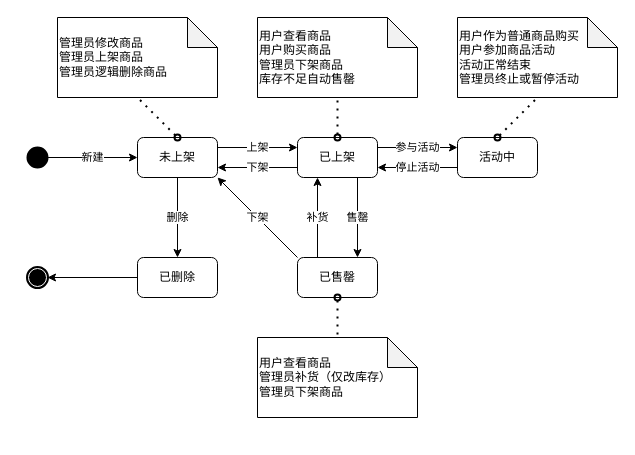
Before: OOAD小组作业/商品模块状态设计之商品子模块.drawio in app1echip/grams, a draw.io diagram. Source tidied: cells renumbered, new cells numbered last; positions are measured from the earlier drawing's top-left corner, leaving out a move shared by most shapes. Both pictures are drawn from the tidied source at 100%, with x=0, y=0 at pixel (27, 17).
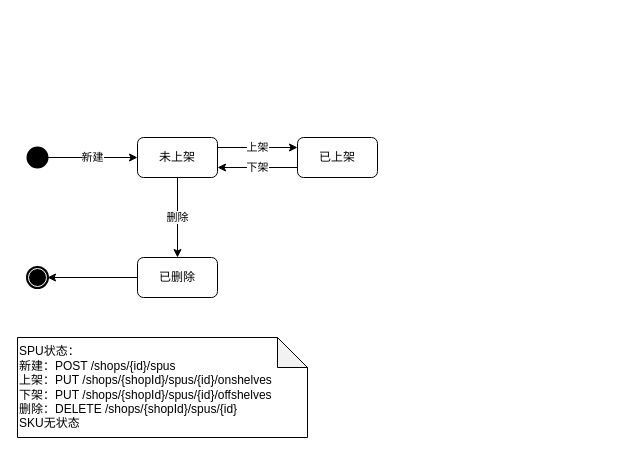
Above is the later version.

Commit message:
Update 商品模块状态设计之商品子模块.drawio

Unchanged cells that the change refers to:
```xml
<mxCell id="7" value="未上架" style="rounded=1;whiteSpace=wrap;html=1;fillColor=#FFFFFF;" parent="1" vertex="1">
  <mxGeometry x="110" y="120" width="80" height="40" as="geometry" />
</mxCell>
<mxCell id="11" value="已上架" style="rounded=1;whiteSpace=wrap;html=1;fillColor=#FFFFFF;" parent="1" vertex="1">
  <mxGeometry x="270" y="120" width="80" height="40" as="geometry" />
</mxCell>
```

What changed in the source:
```diff
@@
-    <mxCell id="9" value="售罄" style="edgeStyle=orthogonalEdgeStyle;rounded=0;jettySize=auto;html=1;" parent="1" edge="1" source="11" target="14">
-      <mxGeometry relative="1" as="geometry">
-        <Array as="points">
-          <mxPoint x="330" y="200" />
-          <mxPoint x="330" y="200" />
-        </Array>
-      </mxGeometry>
-    </mxCell>
-    <mxCell id="10" value="参与活动" style="edgeStyle=orthogonalEdgeStyle;rounded=0;jettySize=auto;html=1;" parent="1" edge="1" source="11" target="19">
-      <mxGeometry relative="1" as="geometry">
-        <Array as="points">
-          <mxPoint x="390" y="130" />
-          <mxPoint x="390" y="130" />
-        </Array>
-      </mxGeometry>
-    </mxCell>
@@
-    <mxCell id="12" value="补货" style="edgeStyle=orthogonalEdgeStyle;rounded=0;jettySize=auto;html=1;" parent="1" edge="1" source="14" target="11">
-      <mxGeometry relative="1" as="geometry">
-        <Array as="points">
-          <mxPoint x="290" y="200" />
-          <mxPoint x="290" y="200" />
-        </Array>
-      </mxGeometry>
-    </mxCell>
-    <mxCell id="13" value="下架" style="rounded=0;jettySize=auto;html=1;exitX=0;exitY=0;exitDx=0;exitDy=0;entryX=1;entryY=1;entryDx=0;entryDy=0;" parent="1" edge="1" source="14" target="7">
-      <mxGeometry relative="1" as="geometry" />
-    </mxCell>
-    <mxCell id="14" value="已售罄" style="rounded=1;whiteSpace=wrap;html=1;fillColor=#FFFFFF;" parent="1" vertex="1">
-      <mxGeometry x="270" y="240" width="80" height="40" as="geometry" />
-    </mxCell>
@@
-    <mxCell id="17" value="管理员修改商品&lt;br&gt;管理员上架商品&lt;br&gt;管理员逻辑删除商品" style="shape=note;whiteSpace=wrap;html=1;backgroundOutline=1;darkOpacity=0.05;align=left;" parent="1" vertex="1">
-      <mxGeometry x="30" width="160" height="80" as="geometry" />
-    </mxCell>
-    <mxCell id="18" value="停止活动" style="edgeStyle=orthogonalEdgeStyle;rounded=0;jettySize=auto;html=1;" parent="1" edge="1" source="19" target="11">
-      <mxGeometry relative="1" as="geometry">
-        <Array as="points">
-          <mxPoint x="390" y="150" />
-          <mxPoint x="390" y="150" />
-        </Array>
-      </mxGeometry>
-    </mxCell>
-    <mxCell id="19" value="活动中" style="rounded=1;whiteSpace=wrap;html=1;" parent="1" vertex="1">
-      <mxGeometry x="430" y="120" width="80" height="40" as="geometry" />
-    </mxCell>
-    <mxCell id="20" value="用户查看商品&lt;br&gt;用户购买商品&lt;br&gt;管理员下架商品&lt;br&gt;库存不足自动售罄" style="shape=note;whiteSpace=wrap;html=1;backgroundOutline=1;darkOpacity=0.05;align=left;" parent="1" vertex="1">
-      <mxGeometry x="230" width="160" height="80" as="geometry" />
-    </mxCell>
-    <mxCell id="21" value="用户作为普通商品购买&lt;br&gt;用户参加商品活动&lt;br&gt;活动正常结束&lt;br&gt;管理员终止或暂停活动" style="shape=note;whiteSpace=wrap;html=1;backgroundOutline=1;darkOpacity=0.05;align=left;" parent="1" vertex="1">
-      <mxGeometry x="430" width="160" height="80" as="geometry" />
-    </mxCell>
-    <mxCell id="22" value="用户查看商品&lt;br&gt;管理员补货（仅改库存）&lt;br&gt;管理员下架商品" style="shape=note;whiteSpace=wrap;html=1;backgroundOutline=1;darkOpacity=0.05;align=left;" parent="1" vertex="1">
-      <mxGeometry x="230" y="320" width="160" height="80" as="geometry" />
-    </mxCell>
-    <mxCell id="23" style="endArrow=none;dashed=1;html=1;dashPattern=1 3;strokeWidth=2;exitX=0.5;exitY=0;exitDx=0;exitDy=0;entryX=0.5;entryY=1;entryDx=0;entryDy=0;entryPerimeter=0;startArrow=oval;startFill=0;" parent="1" edge="1" source="11" target="20">
-      <mxGeometry relative="1" as="geometry" />
-    </mxCell>
-    <mxCell id="24" style="endArrow=none;dashed=1;html=1;dashPattern=1 3;strokeWidth=2;exitX=0.5;exitY=0;exitDx=0;exitDy=0;entryX=0.5;entryY=1;entryDx=0;entryDy=0;entryPerimeter=0;startArrow=oval;startFill=0;" parent="1" edge="1" source="7" target="17">
-      <mxGeometry relative="1" as="geometry" />
-    </mxCell>
-    <mxCell id="25" style="endArrow=none;dashed=1;html=1;dashPattern=1 3;strokeWidth=2;exitX=0.5;exitY=0;exitDx=0;exitDy=0;entryX=0.5;entryY=1;entryDx=0;entryDy=0;entryPerimeter=0;startArrow=oval;startFill=0;" parent="1" edge="1" source="19" target="21">
-      <mxGeometry relative="1" as="geometry" />
-    </mxCell>
-    <mxCell id="26" style="endArrow=none;dashed=1;html=1;dashPattern=1 3;strokeWidth=2;exitX=0.5;exitY=1;exitDx=0;exitDy=0;entryX=0.5;entryY=0;entryDx=0;entryDy=0;entryPerimeter=0;startArrow=oval;startFill=0;" parent="1" edge="1" source="14" target="22">
-      <mxGeometry relative="1" as="geometry" />
-    </mxCell>
+    <mxCell id="27" value="SPU状态：&lt;br&gt;新建：POST /shops/{id}/spus&lt;br&gt;上架：&lt;span&gt;PUT&amp;nbsp;&lt;/span&gt;&lt;span&gt;/shops/{shopId}/spus/{id}/onshelves&lt;br&gt;&lt;/span&gt;&lt;span&gt;下架：&lt;/span&gt;&lt;span&gt;PUT&amp;nbsp;&lt;/span&gt;&lt;span&gt;/shops/{shopId}/spus/{id}/offshelves&lt;br&gt;&lt;/span&gt;&lt;span&gt;删除：DELETE /shops/{shopId}/spus/{id}&lt;br&gt;SKU无状态&lt;br&gt;&lt;/span&gt;" style="shape=note;whiteSpace=wrap;html=1;backgroundOutline=1;darkOpacity=0.05;align=left;" parent="1" vertex="1">
+      <mxGeometry x="-10" y="320" width="290" height="100" as="geometry" />
+    </mxCell>
```
